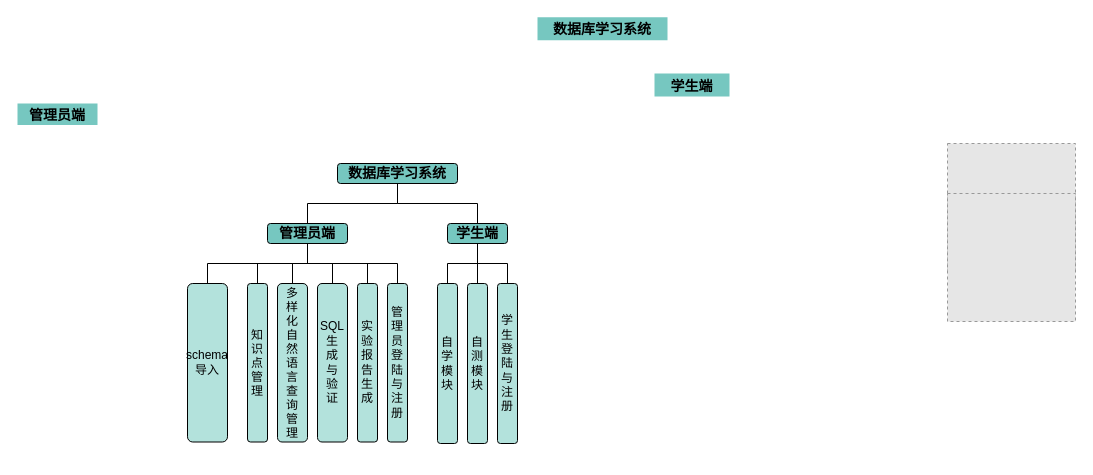
Before: draw/未命名绘图.drawio in White1943/sqlEduFB, a draw.io diagram. Source tidied: cells renumbered, new cells numbered last; positions are measured from the earlier drawing's top-left corner, leaving out a move shared by most shapes. Both pictures are drawn from the tidied source at 100%, with x=0, y=0 at pixel (17, 17). Pictures stored in the file or linked from it are replaced by grey dashed boxes.
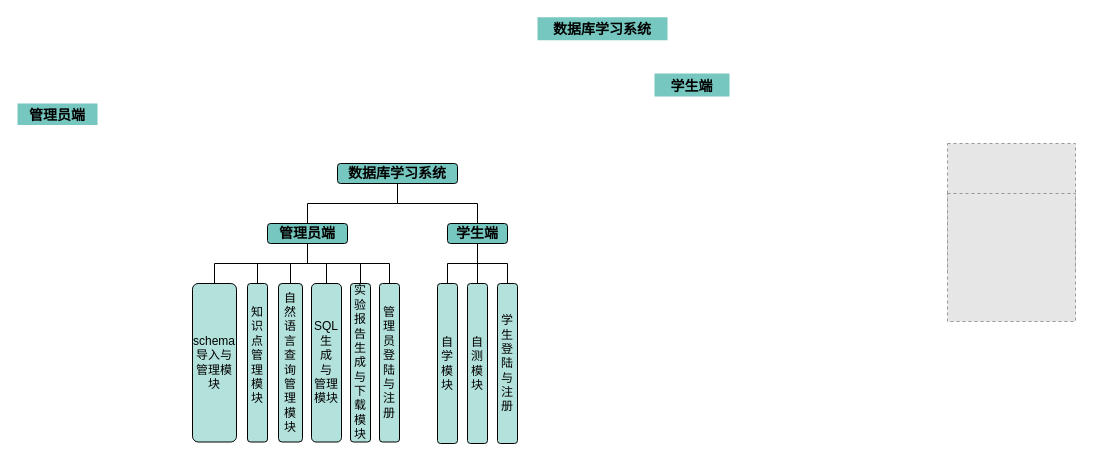
The same page after the edit.

Commit message:
更新未命名绘图.drawio

Diff of the diagram source:
```diff
@@
-    <mxCell id="7" value="SQL&#10;生&#10;成&#10;与&#10;验&#10;证" style="rounded=1;fillColor=#b3e2dc;labelPosition=center;verticalLabelPosition=middle;align=center;verticalAlign=middle;horizontal=1;whiteSpace=wrap;" parent="1" vertex="1">
-      <mxGeometry x="300" y="266" width="30" height="158.5" as="geometry" />
+    <mxCell id="7" value="SQL&#10;生&#10;成&#10;与&#10;管理模块" style="rounded=1;fillColor=#b3e2dc;labelPosition=center;verticalLabelPosition=middle;align=center;verticalAlign=middle;horizontal=1;whiteSpace=wrap;" parent="1" vertex="1">
+      <mxGeometry x="294" y="266" width="30" height="158.5" as="geometry" />
     </mxCell>
-    <mxCell id="8" value="实&#10;验报告生成" style="rounded=1;fillColor=#b3e2dc;labelPosition=center;verticalLabelPosition=middle;align=center;verticalAlign=middle;whiteSpace=wrap;" parent="1" vertex="1">
-      <mxGeometry x="340" y="266" width="20" height="158.5" as="geometry" />
+    <mxCell id="8" value="实&#10;验报告生成与下载模块" style="rounded=1;fillColor=#b3e2dc;labelPosition=center;verticalLabelPosition=middle;align=center;verticalAlign=middle;whiteSpace=wrap;" parent="1" vertex="1">
+      <mxGeometry x="333" y="266" width="20" height="158.5" as="geometry" />
     </mxCell>
-    <mxCell id="9" value="知&#10;识&#10;点&#10;管&#10;理" style="rounded=1;fillColor=#b3e2dc;" parent="1" vertex="1">
+    <mxCell id="9" value="知&#10;识&#10;点&#10;管&#10;理模块&#10;" style="rounded=1;fillColor=#b3e2dc;verticalAlign=middle;align=center;horizontal=1;strokeColor=default;fontFamily=Helvetica;fontSize=12;fontColor=default;whiteSpace=wrap;" parent="1" vertex="1">
       <mxGeometry x="230" y="266" width="20" height="158.5" as="geometry" />
     </mxCell>
-    <mxCell id="10" value="schema&#10;导入" style="rounded=1;fillColor=#b3e2dc;arcSize=13;direction=west;whiteSpace=wrap;" parent="1" vertex="1">
-      <mxGeometry x="170" y="266" width="40" height="158.5" as="geometry" />
+    <mxCell id="10" value="schema&#10;导入与&#10;管理模块" style="rounded=1;fillColor=#b3e2dc;arcSize=13;direction=west;whiteSpace=wrap;" parent="1" vertex="1">
+      <mxGeometry x="175" y="266" width="44" height="158.5" as="geometry" />
     </mxCell>
     <mxCell id="11" value="管理员登陆与注册" style="rounded=1;fillColor=#b3e2dc;whiteSpace=wrap;" parent="1" vertex="1">
-      <mxGeometry x="370" y="266" width="20" height="158.5" as="geometry" />
+      <mxGeometry x="362" y="266" width="20" height="158.5" as="geometry" />
     </mxCell>
-    <mxCell id="12" value="多&#10;样&#10;化&#10;自&#10;然&#10;语&#10;言&#10;查&#10;询&#10;管&#10;理" style="rounded=1;fillColor=#b3e2dc;" parent="1" vertex="1">
-      <mxGeometry x="260" y="266" width="30" height="158.5" as="geometry" />
+    <mxCell id="12" value="自&#10;然&#10;语&#10;言&#10;查&#10;询&#10;管&#10;理模块" style="rounded=1;fillColor=#b3e2dc;labelPosition=center;verticalLabelPosition=middle;align=center;verticalAlign=middle;whiteSpace=wrap;" parent="1" vertex="1">
+      <mxGeometry x="261" y="266" width="24" height="158.5" as="geometry" />
     </mxCell>
```
